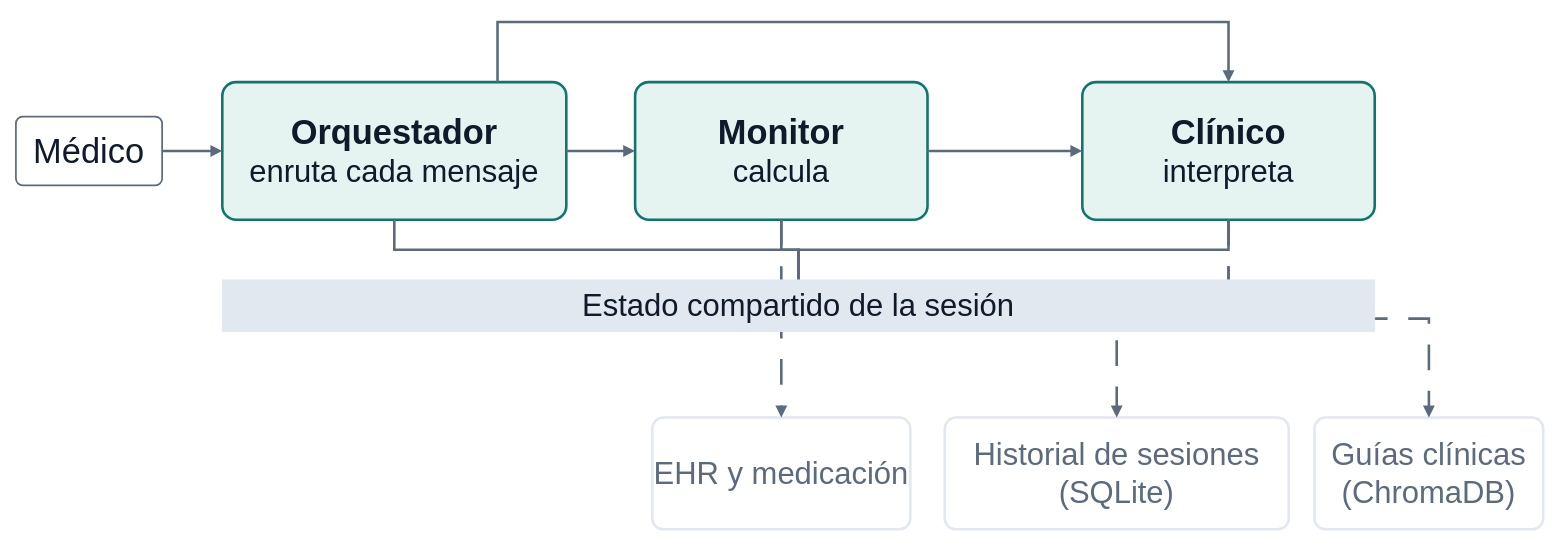
Earlier version of the draw.io diagram docs/presentacion/diagramas/d1-arquitectura.drawio (MarcosDebona25/TP2-IA-2026). Source tidied: cells renumbered, new cells numbered last; positions are measured from the earlier drawing's top-left corner, leaving out a move shared by most shapes. Both pictures are drawn from the tidied source at 86%, with x=0, y=0 at pixel (15, 22).
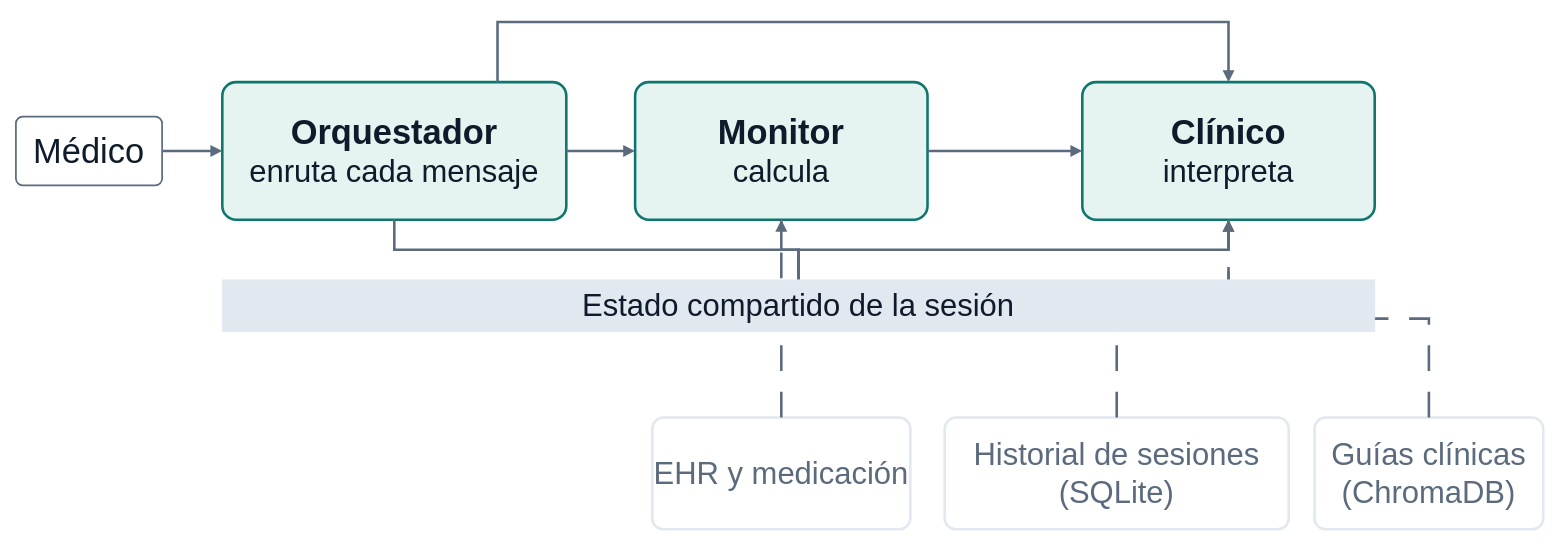
Above is the later version.

Commit message (it also covers changes not shown here):
Docs: diagramas JIT con lecturas desde la fuente y margen superior en D2

The change refers to these unchanged cells:
```xml
<mxCell id="4" value="&lt;span style=&quot;font-size:40px;font-weight:bold;&quot;&gt;Monitor&lt;/span&gt;&lt;br&gt;&lt;span style=&quot;font-size:36px;&quot;&gt;calcula&lt;/span&gt;" style="rounded=1;arcSize=10;whiteSpace=wrap;html=1;fillColor=#E6F4F1;strokeColor=#0F766E;strokeWidth=3;fontColor=#0F1B2A;fontFamily=Calibri;fontSize=36;shadow=0;" parent="1" vertex="1">
  <mxGeometry x="720" y="70" width="340" height="160" as="geometry" />
</mxCell>
<mxCell id="5" value="&lt;span style=&quot;font-size:40px;font-weight:bold;&quot;&gt;Clínico&lt;/span&gt;&lt;br&gt;&lt;span style=&quot;font-size:36px;&quot;&gt;interpreta&lt;/span&gt;" style="rounded=1;arcSize=10;whiteSpace=wrap;html=1;fillColor=#E6F4F1;strokeColor=#0F766E;strokeWidth=3;fontColor=#0F1B2A;fontFamily=Calibri;fontSize=36;shadow=0;" parent="1" vertex="1">
  <mxGeometry x="1240" y="70" width="340" height="160" as="geometry" />
</mxCell>
<mxCell id="6" value="&lt;span style=&quot;font-size:36px;&quot;&gt;EHR y medicación&lt;/span&gt;" style="rounded=1;arcSize=10;whiteSpace=wrap;html=1;fillColor=#FFFFFF;strokeColor=#E2E8F0;strokeWidth=3;fontColor=#5B6B7D;fontFamily=Calibri;fontSize=36;shadow=0;" parent="1" vertex="1">
  <mxGeometry x="740" y="460" width="300" height="130" as="geometry" />
</mxCell>
<mxCell id="7" value="&lt;span style=&quot;font-size:36px;&quot;&gt;Historial de sesiones&lt;/span&gt;&lt;br&gt;&lt;span style=&quot;font-size:36px;&quot;&gt;(SQLite)&lt;/span&gt;" style="rounded=1;arcSize=10;whiteSpace=wrap;html=1;fillColor=#FFFFFF;strokeColor=#E2E8F0;strokeWidth=3;fontColor=#5B6B7D;fontFamily=Calibri;fontSize=36;shadow=0;" parent="1" vertex="1">
  <mxGeometry x="1080" y="460" width="400" height="130" as="geometry" />
</mxCell>
<mxCell id="8" value="&lt;span style=&quot;font-size:36px;&quot;&gt;Guías clínicas&lt;/span&gt;&lt;br&gt;&lt;span style=&quot;font-size:36px;&quot;&gt;(ChromaDB)&lt;/span&gt;" style="rounded=1;arcSize=10;whiteSpace=wrap;html=1;fillColor=#FFFFFF;strokeColor=#E2E8F0;strokeWidth=3;fontColor=#5B6B7D;fontFamily=Calibri;fontSize=36;shadow=0;" parent="1" vertex="1">
  <mxGeometry x="1510" y="460" width="266" height="130" as="geometry" />
</mxCell>
```

Diff of the diagram source:
```diff
@@
-    <mxCell id="13" style="edgeStyle=orthogonalEdgeStyle;rounded=0;html=1;strokeColor=#5B6B7D;strokeWidth=3;endArrow=block;endFill=1;dashed=1;dashPattern=10 8;fontFamily=Calibri;fontSize=36;fontColor=#5B6B7D;" parent="1" edge="1" source="4" target="6">
+    <mxCell id="13" style="edgeStyle=orthogonalEdgeStyle;rounded=0;html=1;strokeColor=#5B6B7D;strokeWidth=3;endArrow=block;endFill=1;dashed=1;dashPattern=10 8;fontFamily=Calibri;fontSize=36;fontColor=#5B6B7D;" parent="1" edge="1" source="6" target="4">
       <mxGeometry relative="1" as="geometry" />
     </mxCell>
-    <mxCell id="14" style="edgeStyle=orthogonalEdgeStyle;rounded=0;html=1;strokeColor=#5B6B7D;strokeWidth=3;endArrow=block;endFill=1;dashed=1;dashPattern=10 8;fontFamily=Calibri;fontSize=36;fontColor=#5B6B7D;" parent="1" edge="1" source="5" target="7">
+    <mxCell id="14" style="edgeStyle=orthogonalEdgeStyle;rounded=0;html=1;strokeColor=#5B6B7D;strokeWidth=3;endArrow=block;endFill=1;dashed=1;dashPattern=10 8;fontFamily=Calibri;fontSize=36;fontColor=#5B6B7D;" parent="1" edge="1" source="7" target="5">
       <mxGeometry relative="1" as="geometry" />
     </mxCell>
-    <mxCell id="15" style="edgeStyle=orthogonalEdgeStyle;rounded=0;html=1;strokeColor=#5B6B7D;strokeWidth=3;endArrow=block;endFill=1;dashed=1;dashPattern=10 8;fontFamily=Calibri;fontSize=36;fontColor=#5B6B7D;" parent="1" edge="1" source="5" target="8">
+    <mxCell id="15" style="edgeStyle=orthogonalEdgeStyle;rounded=0;html=1;strokeColor=#5B6B7D;strokeWidth=3;endArrow=block;endFill=1;dashed=1;dashPattern=10 8;fontFamily=Calibri;fontSize=36;fontColor=#5B6B7D;" parent="1" edge="1" source="8" target="5">
       <mxGeometry relative="1" as="geometry" />
     </mxCell>
```
